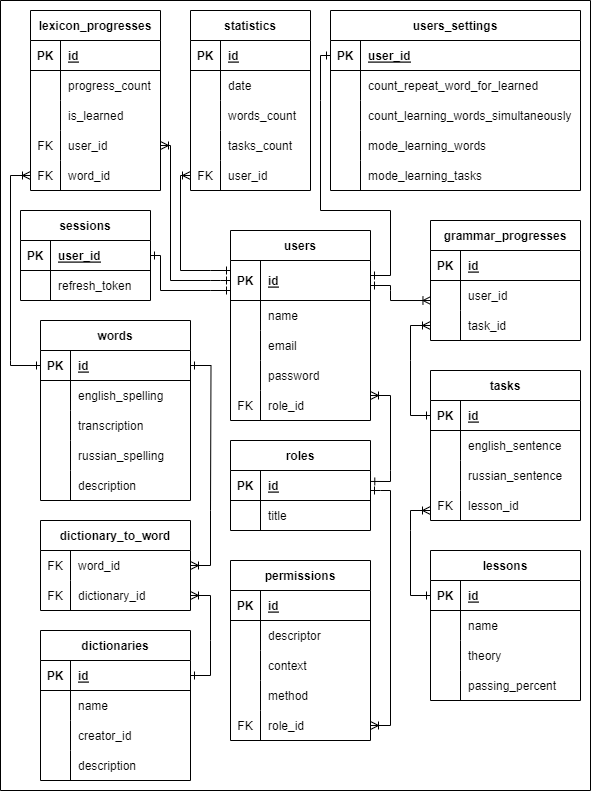
Before: Docs/Диаграмма БД.png, a diagram exported from draw.io (Vasewa2k02/English-web-app-Yuzik-). Source tidied: cells renumbered, new cells last; positions are measured from the earlier drawing's top-left corner, leaving out a move shared by most shapes.
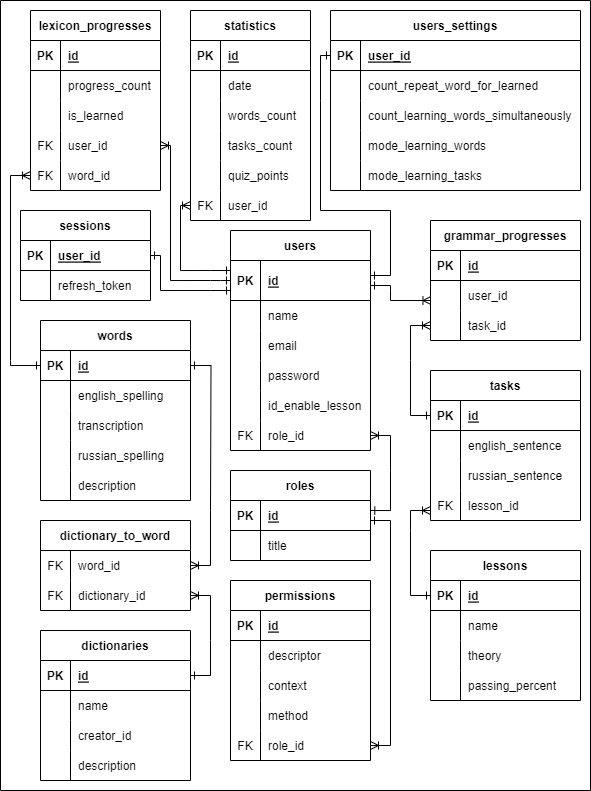
After the change.

Diff of the diagram source:
```diff
@@ -6,7 +6,7 @@
       <mxGeometry x="40" width="590" height="790" as="geometry" />
     </mxCell>
     <mxCell id="3" value="users" style="shape=table;startSize=30;rowLines=0;fontStyle=1;align=center;" parent="2" vertex="1">
-      <mxGeometry x="230" y="230" width="140" height="190" as="geometry" />
+      <mxGeometry x="230" y="230" width="140" height="220" as="geometry" />
     </mxCell>
     <mxCell id="4" style="shape=partialRectangle;fillColor=none;points=[[0,0.5],[1,0.5]];portConstraint=eastwest;top=0;left=0;right=0;bottom=1;" parent="3" vertex="1">
       <mxGeometry y="30" width="140" height="40" as="geometry" />
@@ -47,12 +47,21 @@
     <mxCell id="16" style="shape=partialRectangle;fillColor=none;top=0;left=0;right=0;bottom=0;" parent="3" vertex="1">
       <mxGeometry y="160" width="140" height="30" as="geometry" />
     </mxCell>
-    <mxCell id="17" value="FK" style="shape=partialRectangle;overflow=hidden;fillColor=none;top=0;left=0;bottom=0;right=0;" parent="16" vertex="1">
+    <mxCell id="17" style="shape=partialRectangle;overflow=hidden;fillColor=none;top=0;left=0;bottom=0;right=0;" parent="16" vertex="1">
       <mxGeometry width="30" height="30" as="geometry" />
     </mxCell>
-    <mxCell id="18" value="role_id" style="shape=partialRectangle;overflow=hidden;fillColor=none;top=0;left=0;bottom=0;right=0;align=left;spacingLeft=6;" parent="16" vertex="1">
+    <mxCell id="18" value="id_enable_lesson" style="shape=partialRectangle;overflow=hidden;fillColor=none;top=0;left=0;bottom=0;right=0;align=left;spacingLeft=6;" parent="16" vertex="1">
       <mxGeometry x="30" width="110" height="30" as="geometry" />
     </mxCell>
+    <mxCell id="193" style="shape=partialRectangle;fillColor=none;points=[[0,0.5],[1,0.5]];portConstraint=eastwest;top=0;left=0;right=0;bottom=0;" parent="3" vertex="1">
+      <mxGeometry y="190" width="140" height="30" as="geometry" />
+    </mxCell>
+    <mxCell id="194" value="FK" style="shape=partialRectangle;overflow=hidden;fillColor=none;top=0;left=0;bottom=0;right=0;" parent="193" vertex="1">
+      <mxGeometry width="30" height="30" as="geometry" />
+    </mxCell>
+    <mxCell id="195" value="role_id" style="shape=partialRectangle;overflow=hidden;fillColor=none;top=0;left=0;bottom=0;right=0;align=left;spacingLeft=6;" parent="193" vertex="1">
+      <mxGeometry x="30" width="110" height="30" as="geometry" />
+    </mxCell>
     <mxCell id="19" value="users_settings" style="shape=table;startSize=30;rowLines=0;fontStyle=1;align=center;" parent="2" vertex="1">
       <mxGeometry x="330" y="10" width="250" height="180" as="geometry" />
     </mxCell>
@@ -171,7 +180,7 @@
         <mxPoint x="210" y="270" as="sourcePoint" />
         <Array as="points">
           <mxPoint x="180" y="270" />
-          <mxPoint x="180" y="175" />
+          <mxPoint x="180" y="205" />
         </Array>
       </mxGeometry>
     </mxCell>
@@ -206,7 +215,7 @@
       </mxGeometry>
     </mxCell>
     <mxCell id="47" value="roles" style="shape=table;startSize=30;rowLines=0;fontStyle=1;align=center;" parent="2" vertex="1">
-      <mxGeometry x="230" y="440" width="140" height="90" as="geometry" />
+      <mxGeometry x="230" y="470" width="140" height="90" as="geometry" />
     </mxCell>
     <mxCell id="48" style="shape=partialRectangle;fillColor=none;points=[[0,0.5],[1,0.5]];portConstraint=eastwest;top=0;left=0;right=0;bottom=1;" parent="47" vertex="1">
       <mxGeometry y="30" width="140" height="30" as="geometry" />
@@ -227,7 +236,7 @@
       <mxGeometry x="30" width="110" height="30" as="geometry" />
     </mxCell>
     <mxCell id="54" value="permissions" style="shape=table;startSize=30;rowLines=0;fontStyle=1;align=center;" parent="2" vertex="1">
-      <mxGeometry x="230" y="560" width="140" height="180" as="geometry" />
+      <mxGeometry x="230" y="580" width="140" height="180" as="geometry" />
     </mxCell>
     <mxCell id="55" style="shape=partialRectangle;fillColor=none;top=0;left=0;right=0;bottom=1;" parent="54" vertex="1">
       <mxGeometry y="30" width="140" height="30" as="geometry" />
@@ -430,10 +439,9 @@
     <mxCell id="121" value="description" style="shape=partialRectangle;overflow=hidden;fillColor=none;top=0;left=0;bottom=0;right=0;align=left;spacingLeft=6;" parent="119" vertex="1">
       <mxGeometry x="30" width="120" height="30" as="geometry" />
     </mxCell>
-    <mxCell id="122" style="edgeStyle=elbowEdgeStyle;fontSize=12;html=1;endArrow=ERoneToMany;rounded=0;entryX=1;entryY=0.5;entryDx=0;entryDy=0;" parent="2" edge="1">
+    <mxCell id="122" style="edgeStyle=elbowEdgeStyle;fontSize=12;html=1;endArrow=ERoneToMany;rounded=0;entryX=1;entryY=0.5;entryDx=0;entryDy=0;" parent="2" edge="1" target="193">
       <mxGeometry relative="1" as="geometry">
         <mxPoint x="390" y="470" as="sourcePoint" />
-        <mxPoint x="370" y="395" as="targetPoint" />
         <Array as="points">
           <mxPoint x="390" y="460" />
           <mxPoint x="200" y="495" />
@@ -550,10 +558,9 @@
     </mxCell>
     <mxCell id="159" style="edgeStyle=orthogonalEdgeStyle;fontSize=12;html=1;endArrow=ERone;endFill=1;rounded=0;" parent="2" edge="1" target="48">
       <mxGeometry relative="1" as="geometry">
-        <mxPoint x="390" y="490" as="sourcePoint" />
+        <mxPoint x="390" y="520" as="sourcePoint" />
         <Array as="points">
-          <mxPoint x="380" y="490" />
-          <mxPoint x="380" y="490" />
+          <mxPoint x="390" y="520" />
         </Array>
       </mxGeometry>
     </mxCell>
@@ -580,7 +587,7 @@
     </mxCell>
     <mxCell id="167" style="edgeStyle=elbowEdgeStyle;fontSize=12;html=1;endArrow=ERoneToMany;rounded=0;" parent="2" edge="1" target="67">
       <mxGeometry relative="1" as="geometry">
-        <mxPoint x="390" y="490" as="sourcePoint" />
+        <mxPoint x="390" y="520" as="sourcePoint" />
         <Array as="points">
           <mxPoint x="390" y="680" />
           <mxPoint x="140" y="710" />
@@ -588,7 +595,7 @@
       </mxGeometry>
     </mxCell>
     <mxCell id="168" value="statistics" style="shape=table;startSize=30;rowLines=0;fontStyle=1;align=center;" parent="2" vertex="1">
-      <mxGeometry x="190" y="10" width="120" height="180" as="geometry" />
+      <mxGeometry x="190" y="10" width="120" height="210" as="geometry" />
     </mxCell>
     <mxCell id="169" style="shape=partialRectangle;fillColor=none;top=0;left=0;right=0;bottom=1;" parent="168" vertex="1">
       <mxGeometry y="30" width="120" height="30" as="geometry" />
@@ -626,8 +633,17 @@
     <mxCell id="180" value="tasks_count" style="shape=partialRectangle;overflow=hidden;fillColor=none;top=0;left=0;bottom=0;right=0;align=left;spacingLeft=6;" parent="178" vertex="1">
       <mxGeometry x="30" width="90" height="30" as="geometry" />
     </mxCell>
+    <mxCell id="196" style="shape=partialRectangle;fillColor=none;top=0;left=0;right=0;bottom=0;" parent="168" vertex="1">
+      <mxGeometry y="150" width="120" height="30" as="geometry" />
+    </mxCell>
+    <mxCell id="197" style="shape=partialRectangle;overflow=hidden;fillColor=none;top=0;left=0;bottom=0;right=0;" parent="196" vertex="1">
+      <mxGeometry width="30" height="30" as="geometry" />
+    </mxCell>
+    <mxCell id="198" value="quiz_points" style="shape=partialRectangle;overflow=hidden;fillColor=none;top=0;left=0;bottom=0;right=0;align=left;spacingLeft=6;" parent="196" vertex="1">
+      <mxGeometry x="30" width="90" height="30" as="geometry" />
+    </mxCell>
     <mxCell id="181" style="shape=partialRectangle;fillColor=none;points=[[0,0.5],[1,0.5]];portConstraint=eastwest;top=0;left=0;right=0;bottom=0;" parent="168" vertex="1">
-      <mxGeometry y="150" width="120" height="30" as="geometry" />
+      <mxGeometry y="180" width="120" height="30" as="geometry" />
     </mxCell>
     <mxCell id="182" value="FK" style="shape=partialRectangle;overflow=hidden;fillColor=none;top=0;left=0;bottom=0;right=0;" parent="181" vertex="1">
       <mxGeometry width="30" height="30" as="geometry" />
@@ -682,7 +698,8 @@
       <mxGeometry relative="1" as="geometry">
         <mxPoint x="390" y="470" as="sourcePoint" />
         <Array as="points">
-          <mxPoint x="390" y="481" />
+          <mxPoint x="390" y="510" />
+          <mxPoint x="370" y="510" />
         </Array>
       </mxGeometry>
     </mxCell>
```
